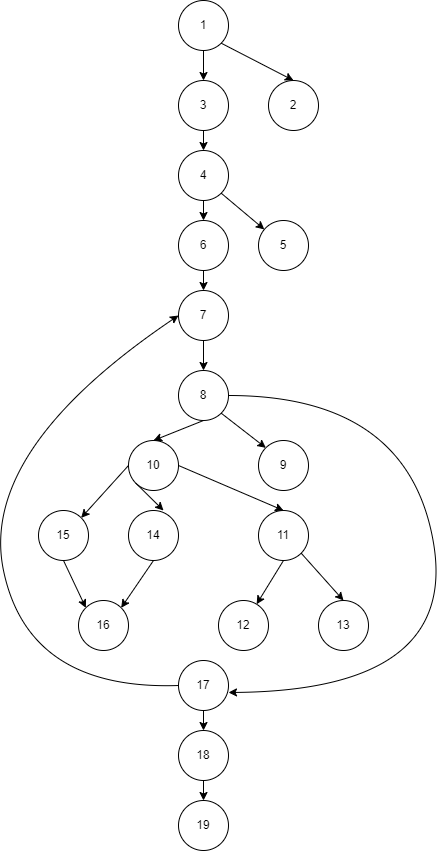
AnitaNikolovska/SI_2022_lab2_151163 keeps this draw.io diagram as CFG_png.png. Above is the earlier version. Source tidied: cells renumbered, new cells last; positions are measured from the earlier drawing's top-left corner, leaving out a move shared by most shapes.
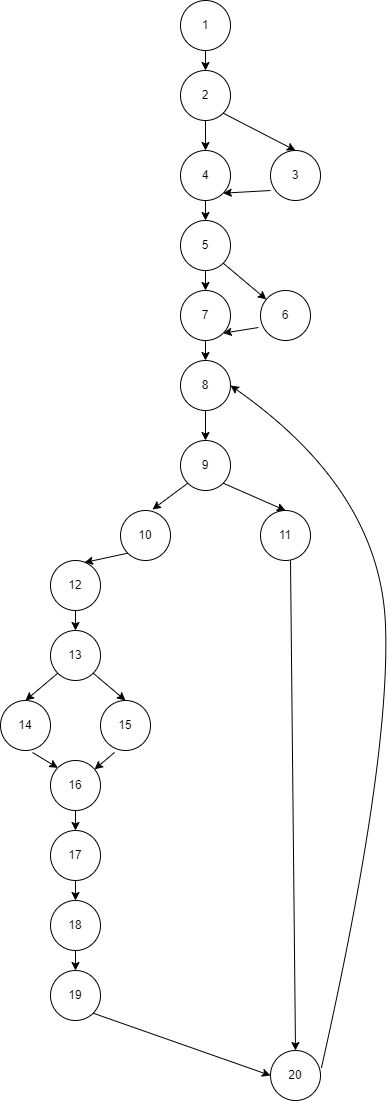
After the commit.

Diff of the diagram source:
```diff
@@ -2,132 +2,146 @@
   <root>
     <mxCell id="0" />
     <mxCell id="1" parent="0" />
-    <mxCell id="2" value="1" style="ellipse;whiteSpace=wrap;html=1;" parent="1" vertex="1">
+    <mxCell id="2" value="2" style="ellipse;whiteSpace=wrap;html=1;" parent="1" vertex="1">
       <mxGeometry x="200" width="50" height="50" as="geometry" />
     </mxCell>
-    <mxCell id="3" value="2" style="ellipse;whiteSpace=wrap;html=1;" parent="1" vertex="1">
+    <mxCell id="3" value="3" style="ellipse;whiteSpace=wrap;html=1;" parent="1" vertex="1">
       <mxGeometry x="290" y="80" width="50" height="50" as="geometry" />
     </mxCell>
     <mxCell id="4" style="endArrow=classic;html=1;rounded=0;exitX=1;exitY=1;exitDx=0;exitDy=0;entryX=0.5;entryY=0;entryDx=0;entryDy=0;" parent="1" edge="1" source="2" target="3">
       <mxGeometry relative="1" as="geometry" />
     </mxCell>
-    <mxCell id="5" value="3" style="ellipse;whiteSpace=wrap;html=1;" parent="1" vertex="1">
+    <mxCell id="5" value="4" style="ellipse;whiteSpace=wrap;html=1;" parent="1" vertex="1">
       <mxGeometry x="200" y="80" width="50" height="50" as="geometry" />
     </mxCell>
     <mxCell id="6" style="endArrow=classic;html=1;rounded=0;exitX=0.5;exitY=1;exitDx=0;exitDy=0;entryX=0.5;entryY=0;entryDx=0;entryDy=0;" parent="1" edge="1" source="2" target="5">
       <mxGeometry relative="1" as="geometry" />
     </mxCell>
-    <mxCell id="7" value="4" style="ellipse;whiteSpace=wrap;html=1;" parent="1" vertex="1">
+    <mxCell id="7" value="5" style="ellipse;whiteSpace=wrap;html=1;" parent="1" vertex="1">
       <mxGeometry x="200" y="150" width="50" height="50" as="geometry" />
     </mxCell>
     <mxCell id="8" style="endArrow=classic;html=1;rounded=0;exitX=0.5;exitY=1;exitDx=0;exitDy=0;entryX=0.5;entryY=0;entryDx=0;entryDy=0;" parent="1" edge="1" source="5" target="7">
       <mxGeometry relative="1" as="geometry" />
     </mxCell>
-    <mxCell id="9" value="5" style="ellipse;whiteSpace=wrap;html=1;" parent="1" vertex="1">
+    <mxCell id="9" value="6" style="ellipse;whiteSpace=wrap;html=1;" parent="1" vertex="1">
       <mxGeometry x="280" y="220" width="50" height="50" as="geometry" />
     </mxCell>
     <mxCell id="10" style="endArrow=classic;html=1;rounded=0;exitX=1;exitY=1;exitDx=0;exitDy=0;" parent="1" edge="1" source="7" target="9">
       <mxGeometry relative="1" as="geometry" />
     </mxCell>
-    <mxCell id="11" value="6" style="ellipse;whiteSpace=wrap;html=1;" parent="1" vertex="1">
+    <mxCell id="11" value="7" style="ellipse;whiteSpace=wrap;html=1;" parent="1" vertex="1">
       <mxGeometry x="200" y="220" width="50" height="50" as="geometry" />
     </mxCell>
     <mxCell id="12" style="endArrow=classic;html=1;rounded=0;exitX=0.5;exitY=1;exitDx=0;exitDy=0;" parent="1" edge="1" source="7" target="11">
       <mxGeometry relative="1" as="geometry" />
     </mxCell>
-    <mxCell id="13" value="7" style="ellipse;whiteSpace=wrap;html=1;" parent="1" vertex="1">
+    <mxCell id="13" value="8" style="ellipse;whiteSpace=wrap;html=1;" parent="1" vertex="1">
       <mxGeometry x="200" y="290" width="50" height="50" as="geometry" />
     </mxCell>
     <mxCell id="14" style="endArrow=classic;html=1;rounded=0;exitX=0.5;exitY=1;exitDx=0;exitDy=0;entryX=0.5;entryY=0;entryDx=0;entryDy=0;" parent="1" edge="1" source="11" target="13">
       <mxGeometry relative="1" as="geometry" />
     </mxCell>
-    <mxCell id="15" value="8" style="ellipse;whiteSpace=wrap;html=1;" parent="1" vertex="1">
+    <mxCell id="15" value="9" style="ellipse;whiteSpace=wrap;html=1;" parent="1" vertex="1">
       <mxGeometry x="200" y="370" width="50" height="50" as="geometry" />
     </mxCell>
     <mxCell id="16" style="endArrow=classic;html=1;rounded=0;exitX=0.5;exitY=1;exitDx=0;exitDy=0;" parent="1" edge="1" source="13" target="15">
       <mxGeometry relative="1" as="geometry" />
     </mxCell>
-    <mxCell id="17" value="9" style="ellipse;whiteSpace=wrap;html=1;" parent="1" vertex="1">
-      <mxGeometry x="280" y="440" width="50" height="50" as="geometry" />
-    </mxCell>
-    <mxCell id="18" style="endArrow=classic;html=1;rounded=0;exitX=1;exitY=1;exitDx=0;exitDy=0;entryX=0;entryY=0;entryDx=0;entryDy=0;" parent="1" edge="1" source="15" target="17">
-      <mxGeometry relative="1" as="geometry" />
-    </mxCell>
+    <mxCell id="41" value="1" style="ellipse;whiteSpace=wrap;html=1;" parent="1" vertex="1">
+      <mxGeometry x="200" y="-70" width="50" height="50" as="geometry" />
+    </mxCell>
+    <mxCell id="42" style="endArrow=classic;html=1;rounded=0;exitX=0.5;exitY=1;exitDx=0;exitDy=0;entryX=0.5;entryY=0;entryDx=0;entryDy=0;" parent="1" edge="1" source="41" target="2">
+      <mxGeometry relative="1" as="geometry" />
+    </mxCell>
+    <mxCell id="43" style="endArrow=classic;html=1;rounded=0;entryX=1;entryY=1;entryDx=0;entryDy=0;" parent="1" edge="1" target="5">
+      <mxGeometry relative="1" as="geometry">
+        <mxPoint x="290" y="120" as="sourcePoint" />
+      </mxGeometry>
+    </mxCell>
+    <mxCell id="44" style="endArrow=classic;html=1;rounded=0;exitX=-0.04;exitY=0.74;exitDx=0;exitDy=0;exitPerimeter=0;entryX=1;entryY=1;entryDx=0;entryDy=0;" parent="1" edge="1" source="9" target="11">
+      <mxGeometry relative="1" as="geometry" />
+    </mxCell>
     <mxCell id="19" value="10" style="ellipse;whiteSpace=wrap;html=1;" parent="1" vertex="1">
-      <mxGeometry x="150" y="440" width="50" height="50" as="geometry" />
+      <mxGeometry x="140" y="440" width="50" height="50" as="geometry" />
     </mxCell>
-    <mxCell id="20" style="endArrow=classic;html=1;rounded=0;exitX=0.5;exitY=1;exitDx=0;exitDy=0;entryX=0.5;entryY=0;entryDx=0;entryDy=0;" parent="1" edge="1" source="15" target="19">
+    <mxCell id="20" style="endArrow=classic;html=1;rounded=0;exitX=0;exitY=1;exitDx=0;exitDy=0;entryX=0.64;entryY=-0.02;entryDx=0;entryDy=0;entryPerimeter=0;" parent="1" edge="1" source="15" target="19">
       <mxGeometry relative="1" as="geometry" />
     </mxCell>
     <mxCell id="21" value="11" style="ellipse;whiteSpace=wrap;html=1;" parent="1" vertex="1">
-      <mxGeometry x="280" y="510" width="50" height="50" as="geometry" />
+      <mxGeometry x="280" y="440" width="50" height="50" as="geometry" />
     </mxCell>
-    <mxCell id="22" style="endArrow=classic;html=1;rounded=0;exitX=1;exitY=0.5;exitDx=0;exitDy=0;entryX=0.5;entryY=0;entryDx=0;entryDy=0;" parent="1" edge="1" source="19" target="21">
-      <mxGeometry relative="1" as="geometry" />
-    </mxCell>
+    <mxCell id="45" style="endArrow=classic;html=1;rounded=0;exitX=1;exitY=1;exitDx=0;exitDy=0;entryX=0.5;entryY=0;entryDx=0;entryDy=0;" parent="1" edge="1" source="15" target="21">
+      <mxGeometry relative="1" as="geometry" />
+    </mxCell>
+    <mxCell id="46" value="20" style="ellipse;whiteSpace=wrap;html=1;" parent="1" vertex="1">
+      <mxGeometry x="290" y="980" width="50" height="50" as="geometry" />
+    </mxCell>
+    <mxCell id="47" style="endArrow=classic;html=1;rounded=0;entryX=0.5;entryY=0;entryDx=0;entryDy=0;" parent="1" edge="1" target="46">
+      <mxGeometry relative="1" as="geometry">
+        <mxPoint x="310" y="490" as="sourcePoint" />
+      </mxGeometry>
+    </mxCell>
+    <mxCell id="48" style="curved=1;endArrow=classic;html=1;rounded=0;exitX=1.02;exitY=0.34;exitDx=0;exitDy=0;exitPerimeter=0;entryX=1;entryY=0.5;entryDx=0;entryDy=0;" parent="1" edge="1" source="46" target="13">
+      <mxGeometry relative="1" as="geometry">
+        <Array as="points">
+          <mxPoint x="410" y="690" />
+          <mxPoint x="400" y="420" />
+        </Array>
+      </mxGeometry>
+    </mxCell>
     <mxCell id="23" value="12" style="ellipse;whiteSpace=wrap;html=1;" parent="1" vertex="1">
-      <mxGeometry x="240" y="600" width="50" height="50" as="geometry" />
+      <mxGeometry x="70" y="490" width="50" height="50" as="geometry" />
     </mxCell>
-    <mxCell id="24" style="endArrow=classic;html=1;rounded=0;exitX=0.5;exitY=1;exitDx=0;exitDy=0;" parent="1" edge="1" source="21" target="23">
-      <mxGeometry relative="1" as="geometry" />
-    </mxCell>
+    <mxCell id="49" style="endArrow=classic;html=1;rounded=0;exitX=0;exitY=1;exitDx=0;exitDy=0;entryX=0.68;entryY=0.04;entryDx=0;entryDy=0;entryPerimeter=0;" parent="1" edge="1" source="19" target="23">
+      <mxGeometry relative="1" as="geometry" />
+    </mxCell>
     <mxCell id="25" value="13" style="ellipse;whiteSpace=wrap;html=1;" parent="1" vertex="1">
-      <mxGeometry x="340" y="600" width="50" height="50" as="geometry" />
+      <mxGeometry x="70" y="560" width="50" height="50" as="geometry" />
     </mxCell>
-    <mxCell id="26" style="endArrow=classic;html=1;rounded=0;exitX=1;exitY=1;exitDx=0;exitDy=0;entryX=0.5;entryY=0;entryDx=0;entryDy=0;" parent="1" edge="1" source="21" target="25">
-      <mxGeometry relative="1" as="geometry" />
-    </mxCell>
+    <mxCell id="50" style="endArrow=classic;html=1;rounded=0;exitX=0.5;exitY=1;exitDx=0;exitDy=0;" parent="1" edge="1" source="23" target="25">
+      <mxGeometry relative="1" as="geometry" />
+    </mxCell>
     <mxCell id="27" value="14" style="ellipse;whiteSpace=wrap;html=1;" parent="1" vertex="1">
-      <mxGeometry x="150" y="510" width="50" height="50" as="geometry" />
+      <mxGeometry x="20" y="630" width="50" height="50" as="geometry" />
     </mxCell>
-    <mxCell id="28" style="endArrow=classic;html=1;rounded=0;exitX=0;exitY=1;exitDx=0;exitDy=0;entryX=0.7;entryY=0;entryDx=0;entryDy=0;entryPerimeter=0;" parent="1" edge="1" source="19" target="27">
-      <mxGeometry relative="1" as="geometry" />
-    </mxCell>
     <mxCell id="29" value="15" style="ellipse;whiteSpace=wrap;html=1;" parent="1" vertex="1">
-      <mxGeometry x="60" y="510" width="50" height="50" as="geometry" />
+      <mxGeometry x="120" y="630" width="50" height="50" as="geometry" />
     </mxCell>
-    <mxCell id="30" style="endArrow=classic;html=1;rounded=0;exitX=0;exitY=0.5;exitDx=0;exitDy=0;entryX=1;entryY=0;entryDx=0;entryDy=0;" parent="1" edge="1" source="19" target="29">
-      <mxGeometry relative="1" as="geometry" />
-    </mxCell>
+    <mxCell id="51" style="endArrow=classic;html=1;rounded=0;exitX=0;exitY=1;exitDx=0;exitDy=0;entryX=0.5;entryY=0;entryDx=0;entryDy=0;" parent="1" edge="1" source="25" target="27">
+      <mxGeometry relative="1" as="geometry" />
+    </mxCell>
+    <mxCell id="52" style="endArrow=classic;html=1;rounded=0;exitX=1;exitY=1;exitDx=0;exitDy=0;entryX=0.5;entryY=0;entryDx=0;entryDy=0;" parent="1" edge="1" source="25" target="29">
+      <mxGeometry relative="1" as="geometry" />
+    </mxCell>
     <mxCell id="31" value="16" style="ellipse;whiteSpace=wrap;html=1;" parent="1" vertex="1">
-      <mxGeometry x="100" y="600" width="50" height="50" as="geometry" />
+      <mxGeometry x="70" y="690" width="50" height="50" as="geometry" />
     </mxCell>
+    <mxCell id="34" value="17" style="ellipse;whiteSpace=wrap;html=1;" parent="1" vertex="1">
+      <mxGeometry x="70" y="760" width="50" height="50" as="geometry" />
+    </mxCell>
+    <mxCell id="33" style="endArrow=classic;html=1;rounded=0;entryX=0;entryY=0;entryDx=0;entryDy=0;exitX=0.64;exitY=1.04;exitDx=0;exitDy=0;exitPerimeter=0;" parent="1" edge="1" source="27" target="31">
+      <mxGeometry relative="1" as="geometry" />
+    </mxCell>
-    <mxCell id="32" style="endArrow=classic;html=1;rounded=0;entryX=0;entryY=0;entryDx=0;entryDy=0;exitX=0.5;exitY=1;exitDx=0;exitDy=0;" parent="1" edge="1" source="29" target="31">
+    <mxCell id="32" style="endArrow=classic;html=1;rounded=0;exitX=0.28;exitY=1.04;exitDx=0;exitDy=0;exitPerimeter=0;" parent="1" edge="1" source="29" target="31">
       <mxGeometry relative="1" as="geometry" />
     </mxCell>
-    <mxCell id="33" style="endArrow=classic;html=1;rounded=0;entryX=1;entryY=0;entryDx=0;entryDy=0;exitX=0.5;exitY=1;exitDx=0;exitDy=0;" parent="1" edge="1" source="27" target="31">
-      <mxGeometry relative="1" as="geometry" />
-    </mxCell>
-    <mxCell id="34" value="17" style="ellipse;whiteSpace=wrap;html=1;" parent="1" vertex="1">
-      <mxGeometry x="200" y="660" width="50" height="50" as="geometry" />
-    </mxCell>
-    <mxCell id="35" style="curved=1;endArrow=classic;html=1;rounded=0;exitX=1;exitY=0.5;exitDx=0;exitDy=0;entryX=1;entryY=0.64;entryDx=0;entryDy=0;entryPerimeter=0;" parent="1" edge="1" source="15" target="34">
-      <mxGeometry relative="1" as="geometry">
-        <Array as="points">
-          <mxPoint x="430" y="395" />
-          <mxPoint x="480" y="690" />
-        </Array>
-      </mxGeometry>
-    </mxCell>
+    <mxCell id="53" style="endArrow=classic;html=1;rounded=0;exitX=0.5;exitY=1;exitDx=0;exitDy=0;entryX=0.5;entryY=0;entryDx=0;entryDy=0;" parent="1" edge="1" source="31" target="34">
+      <mxGeometry relative="1" as="geometry" />
+    </mxCell>
     <mxCell id="36" value="18" style="ellipse;whiteSpace=wrap;html=1;" parent="1" vertex="1">
-      <mxGeometry x="200" y="730" width="50" height="50" as="geometry" />
+      <mxGeometry x="70" y="830" width="50" height="50" as="geometry" />
     </mxCell>
+    <mxCell id="38" style="endArrow=classic;html=1;rounded=0;exitX=0.5;exitY=1;exitDx=0;exitDy=0;" parent="1" edge="1" source="34" target="36">
+      <mxGeometry relative="1" as="geometry" />
+    </mxCell>
     <mxCell id="37" value="19" style="ellipse;whiteSpace=wrap;html=1;" parent="1" vertex="1">
-      <mxGeometry x="200" y="800" width="50" height="50" as="geometry" />
+      <mxGeometry x="70" y="900" width="50" height="50" as="geometry" />
     </mxCell>
-    <mxCell id="38" style="endArrow=classic;html=1;rounded=0;entryX=0.5;entryY=0;entryDx=0;entryDy=0;exitX=0.5;exitY=1;exitDx=0;exitDy=0;" parent="1" edge="1" source="34" target="36">
-      <mxGeometry relative="1" as="geometry" />
-    </mxCell>
-    <mxCell id="39" style="endArrow=classic;html=1;rounded=0;entryX=0.5;entryY=0;entryDx=0;entryDy=0;exitX=0.5;exitY=1;exitDx=0;exitDy=0;" parent="1" edge="1" source="36" target="37">
+    <mxCell id="39" style="endArrow=classic;html=1;rounded=0;exitX=0.5;exitY=1;exitDx=0;exitDy=0;entryX=0.5;entryY=0;entryDx=0;entryDy=0;" parent="1" edge="1" source="36" target="37">
       <mxGeometry relative="1" as="geometry" />
     </mxCell>
-    <mxCell id="40" style="curved=1;endArrow=classic;html=1;rounded=0;exitX=0;exitY=0.5;exitDx=0;exitDy=0;entryX=0;entryY=0.5;entryDx=0;entryDy=0;" parent="1" edge="1" source="34" target="13">
-      <mxGeometry relative="1" as="geometry">
-        <Array as="points">
-          <mxPoint x="50" y="690" />
-          <mxPoint y="450" />
-        </Array>
-      </mxGeometry>
-    </mxCell>
+    <mxCell id="54" style="endArrow=classic;html=1;rounded=0;exitX=1;exitY=1;exitDx=0;exitDy=0;entryX=0;entryY=0.5;entryDx=0;entryDy=0;" parent="1" edge="1" source="37" target="46">
+      <mxGeometry relative="1" as="geometry" />
+    </mxCell>
   </root>
 </mxGraphModel>
```
